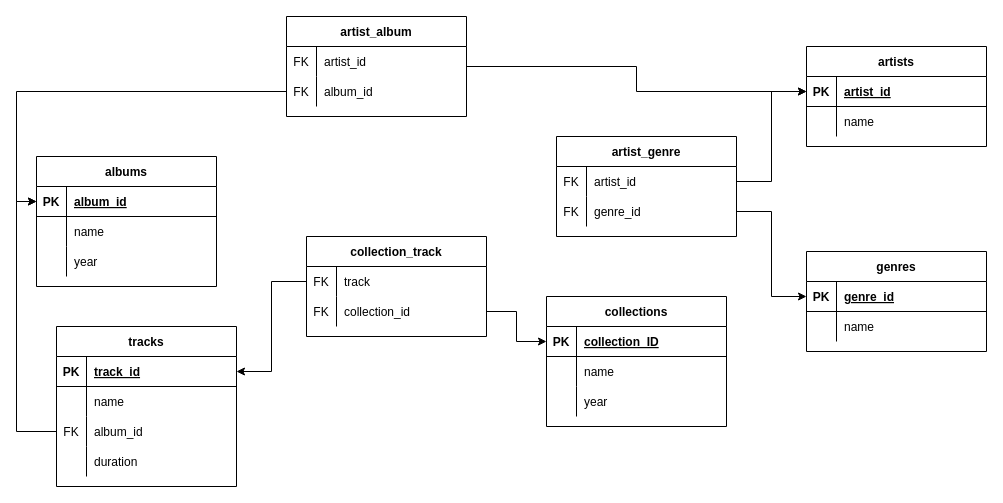
Before: task_1.drawio in KeplerXIII/MusicSite, a draw.io diagram. Source tidied: cells renumbered, new cells numbered last; positions are measured from the earlier drawing's top-left corner, leaving out a move shared by most shapes. Both pictures are drawn from the tidied source at 100%, with x=0, y=0 at pixel (36, 16).
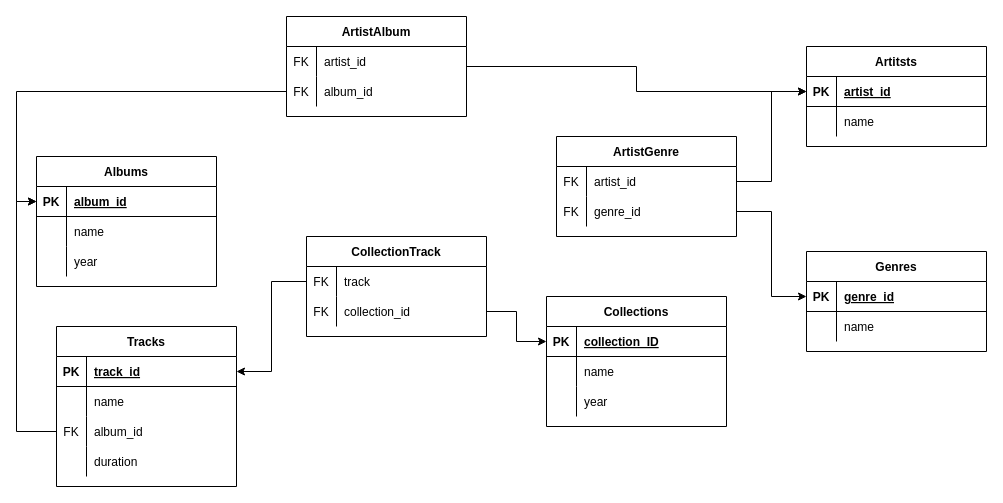
Above is the later version.

Change to the diagram source:
```diff
@@
-    <mxCell id="2" value="genres" style="shape=table;startSize=30;childLayout=tableLayout;rowLines=0;fontStyle=1;align=center;" parent="1" vertex="1">
+    <mxCell id="2" value="Genres" style="shape=table;startSize=30;childLayout=tableLayout;rowLines=0;fontStyle=1;align=center;" parent="1" vertex="1">
       <mxGeometry x="770" y="235" width="180" height="100" as="geometry" />
     </mxCell>
@@
-    <mxCell id="9" value="artists" style="shape=table;startSize=30;childLayout=tableLayout;rowLines=0;fontStyle=1;align=center;" parent="1" vertex="1">
+    <mxCell id="9" value="Artitsts" style="shape=table;startSize=30;childLayout=tableLayout;rowLines=0;fontStyle=1;align=center;" parent="1" vertex="1">
       <mxGeometry x="770" y="30" width="180" height="100" as="geometry" />
     </mxCell>
@@
-    <mxCell id="16" value="albums" style="shape=table;startSize=30;childLayout=tableLayout;rowLines=0;fontStyle=1;align=center;" parent="1" vertex="1">
+    <mxCell id="16" value="Albums" style="shape=table;startSize=30;childLayout=tableLayout;rowLines=0;fontStyle=1;align=center;" parent="1" vertex="1">
       <mxGeometry y="140" width="180" height="130" as="geometry" />
     </mxCell>
@@
-    <mxCell id="26" value="tracks" style="shape=table;startSize=30;childLayout=tableLayout;rowLines=0;fontStyle=1;align=center;" parent="1" vertex="1">
+    <mxCell id="26" value="Tracks" style="shape=table;startSize=30;childLayout=tableLayout;rowLines=0;fontStyle=1;align=center;" parent="1" vertex="1">
       <mxGeometry x="20" y="310" width="180" height="160" as="geometry" />
     </mxCell>
@@
-    <mxCell id="40" value="artist_genre" style="shape=table;startSize=30;childLayout=tableLayout;rowLines=0;fontStyle=1;align=center;" parent="1" vertex="1">
+    <mxCell id="40" value="ArtistGenre" style="shape=table;startSize=30;childLayout=tableLayout;rowLines=0;fontStyle=1;align=center;" parent="1" vertex="1">
       <mxGeometry x="520" y="120" width="180" height="100" as="geometry" />
     </mxCell>
@@
-    <mxCell id="48" value="artist_album" style="shape=table;startSize=30;childLayout=tableLayout;rowLines=0;fontStyle=1;align=center;" parent="1" vertex="1">
+    <mxCell id="48" value="ArtistAlbum" style="shape=table;startSize=30;childLayout=tableLayout;rowLines=0;fontStyle=1;align=center;" parent="1" vertex="1">
       <mxGeometry x="250" width="180" height="100" as="geometry" />
     </mxCell>
@@
-    <mxCell id="55" value="collection_track" style="shape=table;startSize=30;childLayout=tableLayout;rowLines=0;fontStyle=1;align=center;" parent="1" vertex="1">
+    <mxCell id="55" value="CollectionTrack" style="shape=table;startSize=30;childLayout=tableLayout;rowLines=0;fontStyle=1;align=center;" parent="1" vertex="1">
       <mxGeometry x="270" y="220" width="180" height="100" as="geometry" />
     </mxCell>
@@
-    <mxCell id="66" value="collections" style="shape=table;startSize=30;childLayout=tableLayout;rowLines=0;fontStyle=1;align=center;" parent="1" vertex="1">
+    <mxCell id="66" value="Collections" style="shape=table;startSize=30;childLayout=tableLayout;rowLines=0;fontStyle=1;align=center;" parent="1" vertex="1">
       <mxGeometry x="510" y="280" width="180" height="130" as="geometry" />
     </mxCell>
```
